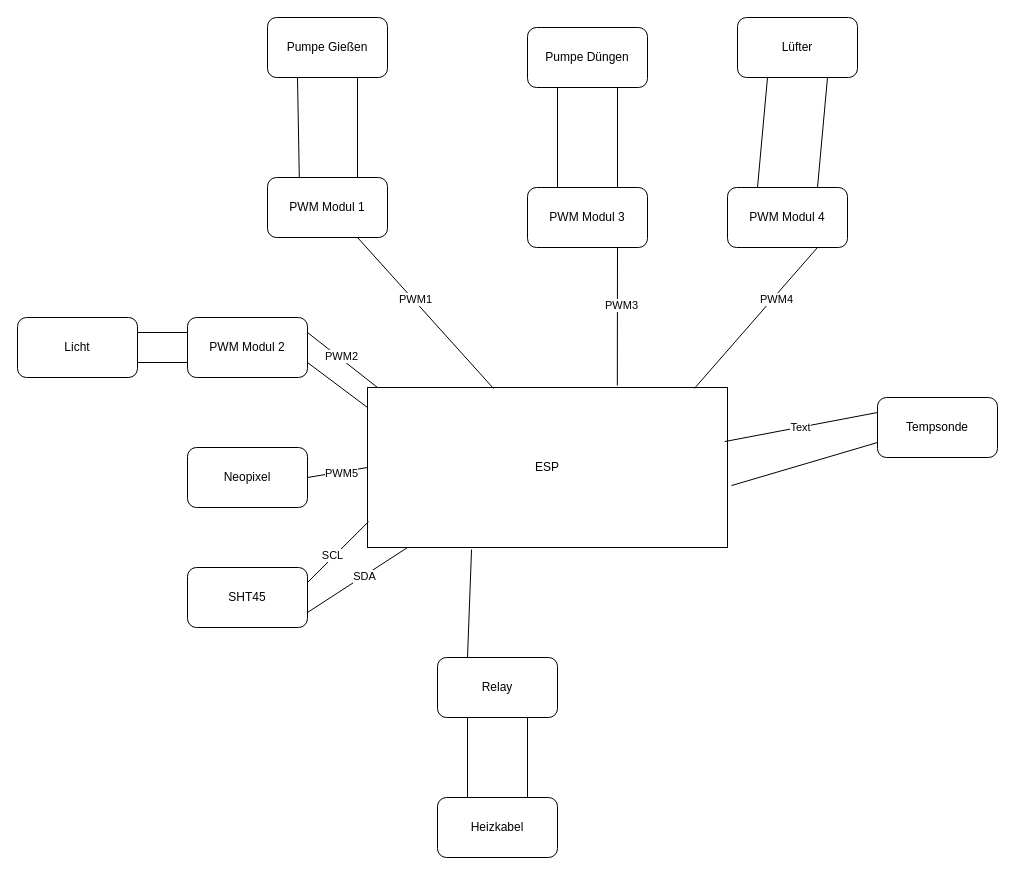
Before: Hardware Component Diagram.drawio in LostScriptures/Terralogia, a draw.io diagram. Source tidied: cells renumbered, new cells numbered last; positions are measured from the earlier drawing's top-left corner, leaving out a move shared by most shapes. Both pictures are drawn from the tidied source at 100%, with x=0, y=0 at pixel (17, 17).
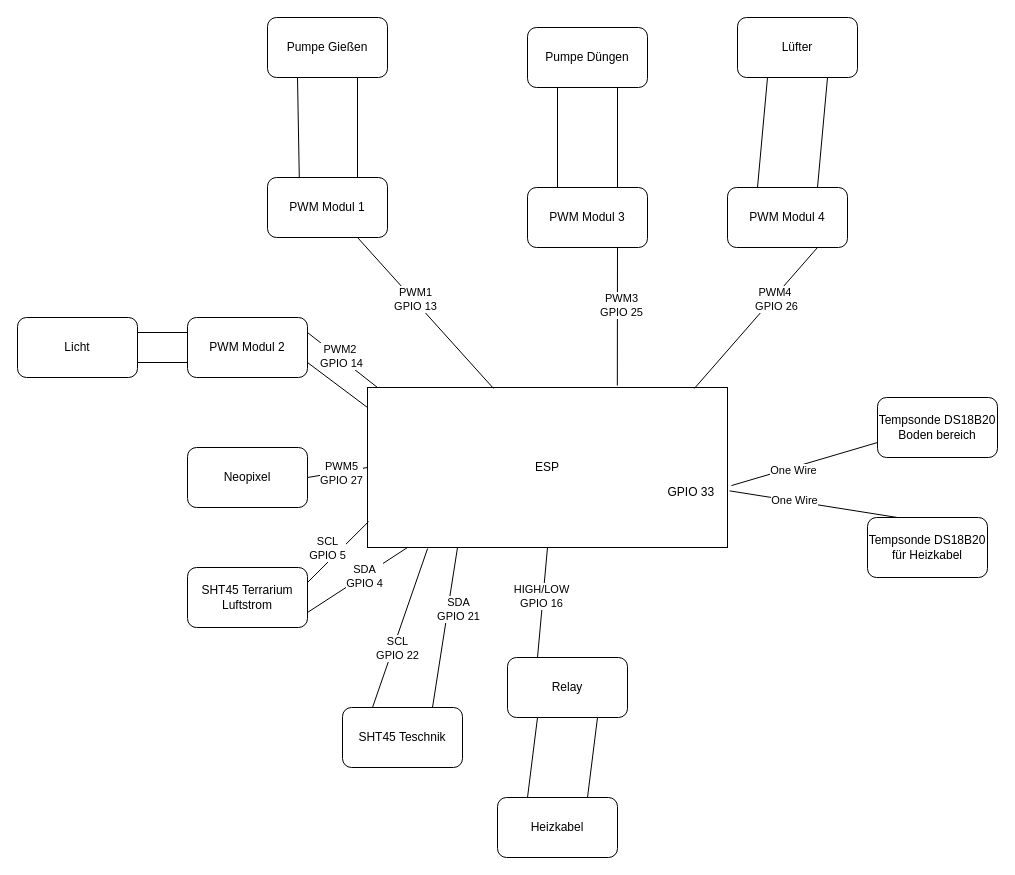
The same page after the edit.

Commit message:
Commit and push a major change in Hardware- Component Diagram.drawio. Added communication protocols and GPIOs.

The change refers to these unchanged cells:
```xml
<mxCell id="2" value="ESP" style="rounded=0;whiteSpace=wrap;html=1;" parent="1" vertex="1">
  <mxGeometry x="350" y="370" width="360" height="160" as="geometry" />
</mxCell>
<mxCell id="25" style="endArrow=none;html=1;exitX=1;exitY=0.25;exitDx=0;exitDy=0;" parent="1" edge="1" source="6">
  <mxGeometry relative="1" as="geometry">
    <mxPoint x="360" y="370" as="targetPoint" />
  </mxGeometry>
</mxCell>
<mxCell id="27" style="endArrow=none;html=1;entryX=0.75;entryY=1;entryDx=0;entryDy=0;exitX=0.35;exitY=0.006;exitDx=0;exitDy=0;exitPerimeter=0;" parent="1" edge="1" source="2" target="3">
  <mxGeometry relative="1" as="geometry" />
</mxCell>
<mxCell id="29" style="endArrow=none;html=1;exitX=0.75;exitY=1;exitDx=0;exitDy=0;entryX=0.694;entryY=-0.012;entryDx=0;entryDy=0;entryPerimeter=0;" parent="1" edge="1" source="4" target="2">
  <mxGeometry relative="1" as="geometry" />
</mxCell>
<mxCell id="31" style="endArrow=none;html=1;exitX=0.75;exitY=1;exitDx=0;exitDy=0;entryX=0.908;entryY=0.006;entryDx=0;entryDy=0;entryPerimeter=0;" parent="1" edge="1" source="5" target="2">
  <mxGeometry relative="1" as="geometry" />
</mxCell>
<mxCell id="33" style="endArrow=none;html=1;exitX=1;exitY=0.5;exitDx=0;exitDy=0;entryX=0;entryY=0.5;entryDx=0;entryDy=0;" parent="1" edge="1" source="7" target="2">
  <mxGeometry relative="1" as="geometry" />
</mxCell>
<mxCell id="35" style="endArrow=none;html=1;exitX=1;exitY=0.25;exitDx=0;exitDy=0;entryX=0.003;entryY=0.838;entryDx=0;entryDy=0;entryPerimeter=0;" parent="1" edge="1" source="8" target="2">
  <mxGeometry relative="1" as="geometry" />
</mxCell>
<mxCell id="37" style="endArrow=none;html=1;exitX=1;exitY=0.75;exitDx=0;exitDy=0;" parent="1" edge="1" source="8">
  <mxGeometry relative="1" as="geometry">
    <mxPoint x="390" y="530" as="targetPoint" />
  </mxGeometry>
</mxCell>
<mxCell id="41" style="endArrow=none;html=1;exitX=0;exitY=0.75;exitDx=0;exitDy=0;entryX=1.011;entryY=0.613;entryDx=0;entryDy=0;entryPerimeter=0;" parent="1" edge="1" source="10" target="2">
  <mxGeometry relative="1" as="geometry" />
</mxCell>
```

Change to the diagram source:
```diff
@@
-    <mxCell id="8" value="SHT45" style="rounded=1;whiteSpace=wrap;html=1;" parent="1" vertex="1">
+    <mxCell id="8" value="SHT45 Terrarium Luftstrom" style="rounded=1;whiteSpace=wrap;html=1;" parent="1" vertex="1">
       <mxGeometry x="170" y="550" width="120" height="60" as="geometry" />
     </mxCell>
     <mxCell id="9" value="Relay" style="rounded=1;whiteSpace=wrap;html=1;" parent="1" vertex="1">
-      <mxGeometry x="420" y="640" width="120" height="60" as="geometry" />
+      <mxGeometry x="490" y="640" width="120" height="60" as="geometry" />
     </mxCell>
-    <mxCell id="10" value="Tempsonde" style="rounded=1;whiteSpace=wrap;html=1;" parent="1" vertex="1">
+    <mxCell id="10" value="Tempsonde&amp;nbsp;DS18B20 Boden bereich" style="rounded=1;whiteSpace=wrap;html=1;" parent="1" vertex="1">
       <mxGeometry x="860" y="380" width="120" height="60" as="geometry" />
     </mxCell>
     <mxCell id="11" value="Heizkabel" style="rounded=1;whiteSpace=wrap;html=1;" parent="1" vertex="1">
-      <mxGeometry x="420" y="780" width="120" height="60" as="geometry" />
+      <mxGeometry x="480" y="780" width="120" height="60" as="geometry" />
     </mxCell>
@@
-    <mxCell id="26" value="PWM2" style="edgeLabel;html=1;align=center;verticalAlign=middle;" parent="25" vertex="1">
+    <mxCell id="26" value="PWM2&amp;nbsp;&lt;div&gt;GPIO 14&lt;/div&gt;" style="edgeLabel;html=1;align=center;verticalAlign=middle;" parent="25" vertex="1">
       <mxGeometry x="-0.07" y="2" relative="1" as="geometry" />
     </mxCell>
@@
-    <mxCell id="28" value="PWM1" style="edgeLabel;html=1;align=center;verticalAlign=middle;" parent="27" vertex="1">
+    <mxCell id="28" value="PWM1&lt;div&gt;GPIO 13&lt;/div&gt;" style="edgeLabel;html=1;align=center;verticalAlign=middle;" parent="27" vertex="1">
       <mxGeometry x="0.17" y="-1" relative="1" as="geometry" />
     </mxCell>
@@
-    <mxCell id="30" value="PWM3" style="edgeLabel;html=1;align=center;verticalAlign=middle;" parent="29" vertex="1">
+    <mxCell id="30" value="PWM3&lt;div&gt;GPIO 25&lt;/div&gt;" style="edgeLabel;html=1;align=center;verticalAlign=middle;" parent="29" vertex="1">
       <mxGeometry x="-0.17" y="4" relative="1" as="geometry" />
     </mxCell>
@@
-    <mxCell id="32" value="PWM4" style="edgeLabel;html=1;align=center;verticalAlign=middle;" parent="31" vertex="1">
+    <mxCell id="32" value="PWM4&amp;nbsp;&lt;div&gt;GPIO 26&lt;/div&gt;" style="edgeLabel;html=1;align=center;verticalAlign=middle;" parent="31" vertex="1">
       <mxGeometry x="-0.3" y="3" relative="1" as="geometry" />
     </mxCell>
@@
-    <mxCell id="34" value="PWM5" style="edgeLabel;html=1;align=center;verticalAlign=middle;" parent="33" vertex="1">
+    <mxCell id="34" value="PWM5&lt;div&gt;GPIO 27&lt;/div&gt;" style="edgeLabel;html=1;align=center;verticalAlign=middle;" parent="33" vertex="1">
       <mxGeometry x="0.12" y="-1" relative="1" as="geometry" />
     </mxCell>
@@
-    <mxCell id="36" value="SCL" style="edgeLabel;html=1;align=center;verticalAlign=middle;" parent="35" vertex="1">
-      <mxGeometry x="-0.14" y="2" relative="1" as="geometry" />
+    <mxCell id="36" value="SCL&lt;div&gt;GPIO 5&lt;/div&gt;" style="edgeLabel;html=1;align=center;verticalAlign=middle;" parent="35" vertex="1">
+      <mxGeometry x="-0.14" y="2" relative="1" as="geometry">
+        <mxPoint x="-5" y="-7" as="offset" />
+      </mxGeometry>
     </mxCell>
@@
-    <mxCell id="38" value="SDA" style="edgeLabel;html=1;align=center;verticalAlign=middle;" parent="37" vertex="1">
+    <mxCell id="38" value="SDA&lt;div&gt;GPIO 4&lt;/div&gt;" style="edgeLabel;html=1;align=center;verticalAlign=middle;" parent="37" vertex="1">
       <mxGeometry x="0.12" relative="1" as="geometry" />
     </mxCell>
-    <mxCell id="39" style="endArrow=none;html=1;exitX=0.25;exitY=0;exitDx=0;exitDy=0;entryX=0.289;entryY=1.013;entryDx=0;entryDy=0;entryPerimeter=0;" parent="1" edge="1" source="9" target="2">
+    <mxCell id="39" style="endArrow=none;html=1;exitX=0.25;exitY=0;exitDx=0;exitDy=0;entryX=0.5;entryY=1;entryDx=0;entryDy=0;" parent="1" edge="1" source="9" target="2">
       <mxGeometry relative="1" as="geometry" />
     </mxCell>
@@
+    <mxCell id="46" value="HIGH/LOW&lt;div&gt;GPIO 16&lt;/div&gt;" style="edgeLabel;html=1;align=center;verticalAlign=middle;" parent="39" vertex="1">
+      <mxGeometry x="0.12" y="2" relative="1" as="geometry" />
+    </mxCell>
@@
-    <mxCell id="42" style="endArrow=none;html=1;entryX=0;entryY=0.25;entryDx=0;entryDy=0;exitX=0.992;exitY=0.338;exitDx=0;exitDy=0;exitPerimeter=0;" parent="1" edge="1" source="2" target="10">
-      <mxGeometry relative="1" as="geometry" />
-    </mxCell>
-    <mxCell id="43" value="Text" style="edgeLabel;html=1;align=center;verticalAlign=middle;" parent="42" vertex="1">
-      <mxGeometry x="-0.01" relative="1" as="geometry" />
-    </mxCell>
+    <mxCell id="47" value="One Wire" style="edgeLabel;html=1;align=center;verticalAlign=middle;" parent="41" vertex="1">
+      <mxGeometry x="0.17" y="2" relative="1" as="geometry" />
+    </mxCell>
@@
+    <mxCell id="48" value="Tempsonde&amp;nbsp;DS18B20 für Heizkabel" style="rounded=1;whiteSpace=wrap;html=1;" parent="1" vertex="1">
+      <mxGeometry x="850" y="500" width="120" height="60" as="geometry" />
+    </mxCell>
+    <mxCell id="49" style="endArrow=none;html=1;exitX=1.006;exitY=0.646;exitDx=0;exitDy=0;entryX=0.25;entryY=0;entryDx=0;entryDy=0;exitPerimeter=0;" parent="1" edge="1" source="2" target="48">
+      <mxGeometry relative="1" as="geometry" />
+    </mxCell>
+    <mxCell id="50" value="One Wire" style="edgeLabel;html=1;align=center;verticalAlign=middle;" parent="49" vertex="1">
+      <mxGeometry x="-0.23" y="1" relative="1" as="geometry" />
+    </mxCell>
+    <mxCell id="51" value="SHT45 Teschnik" style="rounded=1;whiteSpace=wrap;html=1;" parent="1" vertex="1">
+      <mxGeometry x="325" y="690" width="120" height="60" as="geometry" />
+    </mxCell>
+    <mxCell id="52" style="endArrow=none;html=1;exitX=0.167;exitY=1.006;exitDx=0;exitDy=0;entryX=0.25;entryY=0;entryDx=0;entryDy=0;exitPerimeter=0;" parent="1" edge="1" source="2" target="51">
+      <mxGeometry relative="1" as="geometry" />
+    </mxCell>
+    <mxCell id="53" value="SCL&lt;div&gt;GPIO 22&lt;/div&gt;" style="edgeLabel;html=1;align=center;verticalAlign=middle;" parent="52" vertex="1">
+      <mxGeometry x="-0.16" y="2" relative="1" as="geometry">
+        <mxPoint x="-9" y="32" as="offset" />
+      </mxGeometry>
+    </mxCell>
+    <mxCell id="54" style="endArrow=none;html=1;exitX=0.25;exitY=1;exitDx=0;exitDy=0;entryX=0.75;entryY=0;entryDx=0;entryDy=0;" parent="1" edge="1" source="2" target="51">
+      <mxGeometry relative="1" as="geometry" />
+    </mxCell>
+    <mxCell id="55" value="SDA&lt;div&gt;GPIO 21&lt;/div&gt;" style="edgeLabel;html=1;align=center;verticalAlign=middle;" parent="54" vertex="1">
+      <mxGeometry x="-0.23" y="-1" relative="1" as="geometry">
+        <mxPoint x="11" as="offset" />
+      </mxGeometry>
+    </mxCell>
+    <mxCell id="56" value="GPIO 33&amp;nbsp;" style="text;html=1;align=center;verticalAlign=middle;strokeColor=none;fillColor=none;" parent="1" vertex="1">
+      <mxGeometry x="640" y="460" width="70" height="30" as="geometry" />
+    </mxCell>
```
